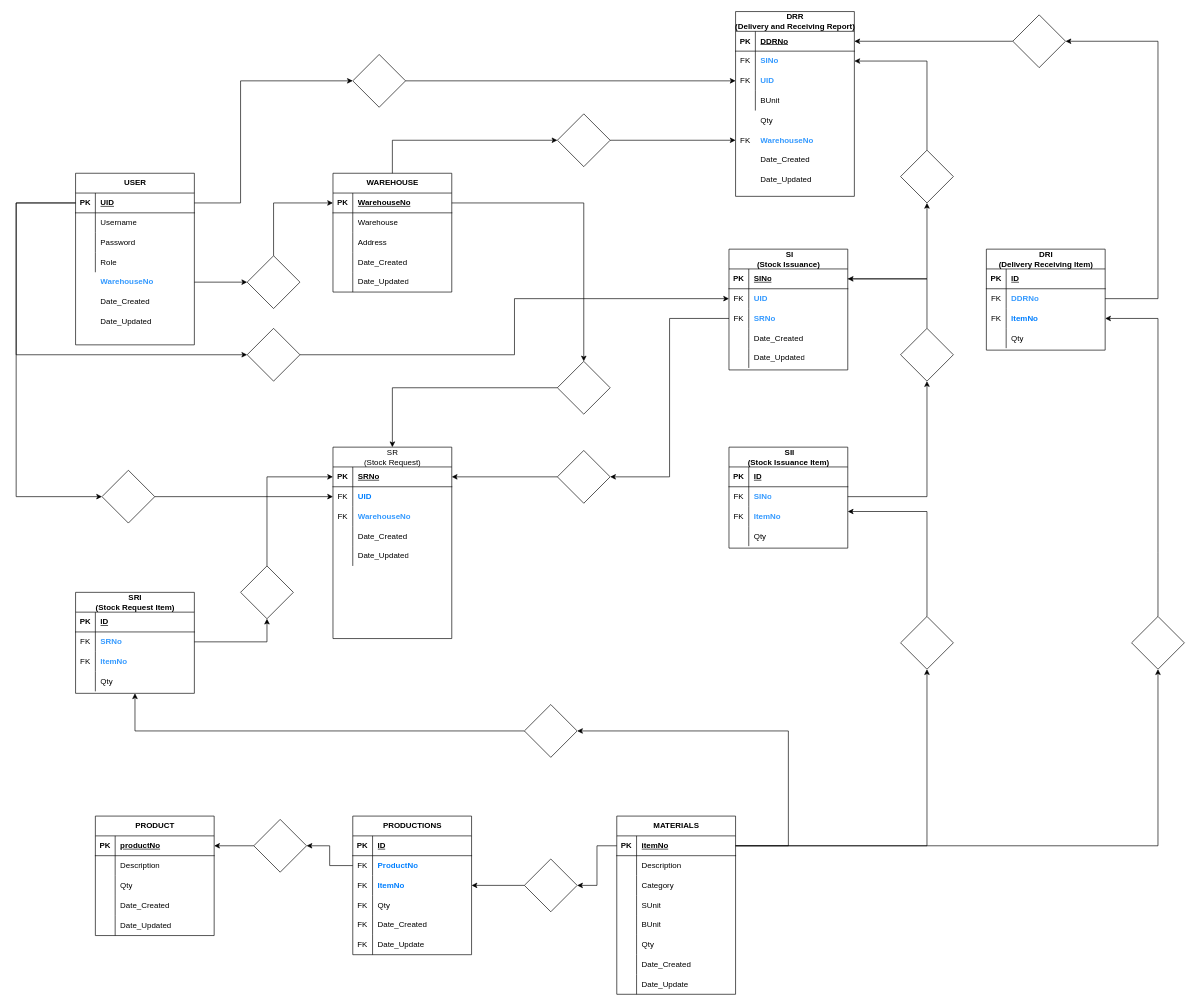
This is Diagram.drawio from ediangca/ACES-POS, a draw.io file, before an edit. Source tidied: cells renumbered, new cells numbered last; positions are measured from the earlier drawing's top-left corner, leaving out a move shared by most shapes. Both pictures are drawn from the tidied source at 66%, with x=0, y=0 at pixel (16, 11).
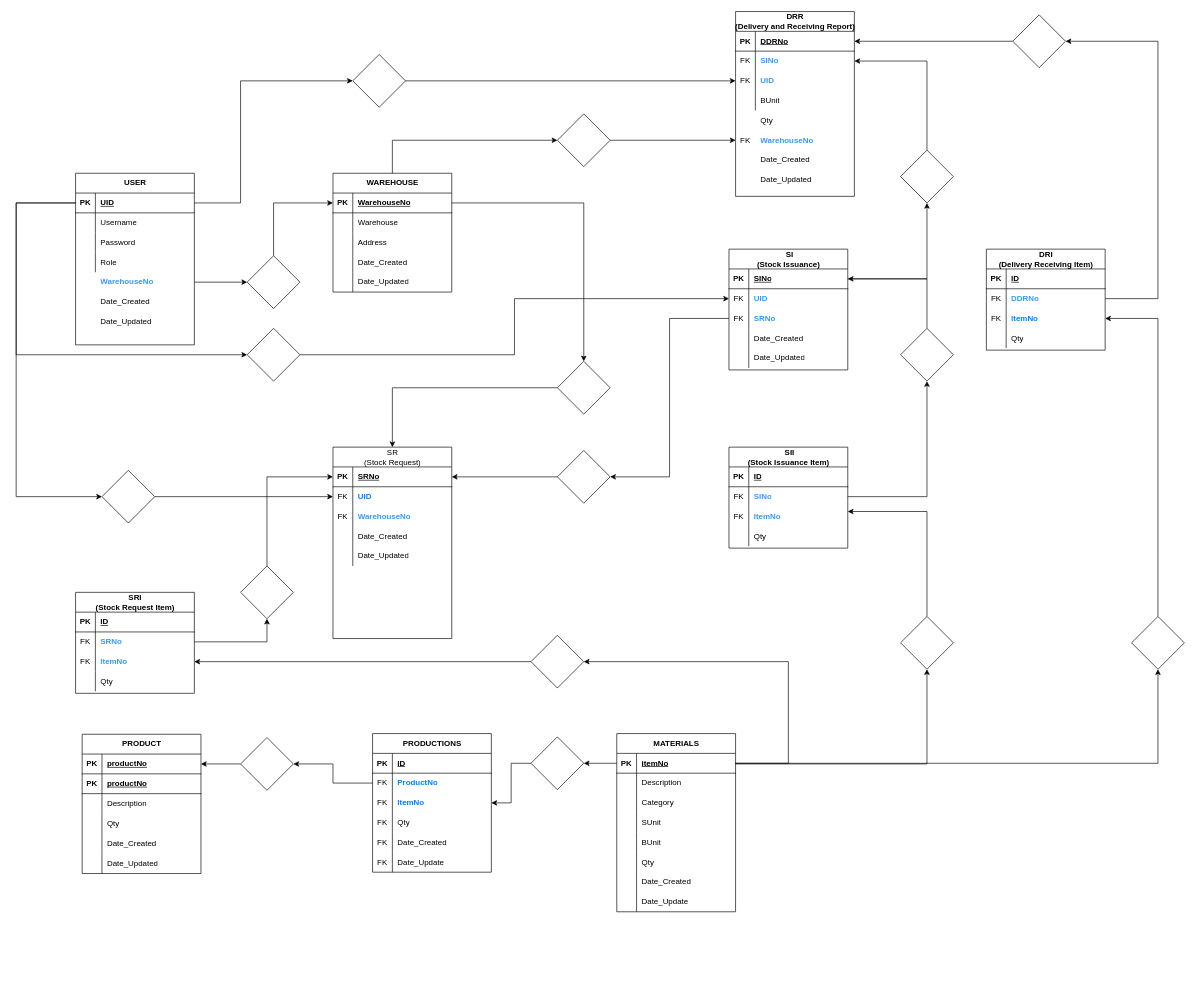
The same diagram, later.

Unchanged cells that the change refers to:
```xml
<mxCell id="50" value="itemNo" style="shape=partialRectangle;fillColor=none;top=0;left=0;bottom=0;right=0;align=left;spacingLeft=6;fontStyle=5;overflow=hidden;whiteSpace=wrap;html=1;" parent="48" vertex="1">
  <mxGeometry x="30" width="150" height="30" as="geometry" />
</mxCell>
<mxCell id="151" value="SRI&lt;div&gt;(Stock Request Item)&lt;/div&gt;" style="shape=table;startSize=30;childLayout=tableLayout;rowLines=0;fontStyle=1;align=center;html=1;" parent="1" vertex="1">
  <mxGeometry x="90" y="880" width="180" height="153" as="geometry" />
</mxCell>
<mxCell id="160" value="&lt;b&gt;&lt;font color=&quot;#3399ff&quot;&gt;ItemNo&lt;/font&gt;&lt;/b&gt;" style="shape=partialRectangle;fillColor=none;top=0;left=0;bottom=0;right=0;align=left;spacingLeft=6;overflow=hidden;whiteSpace=wrap;html=1;" parent="158" vertex="1">
  <mxGeometry x="30" width="150" height="30" as="geometry" />
</mxCell>
<mxCell id="247" style="rhombus;whiteSpace=wrap;html=1;startSize=30;fontStyle=1;" parent="1" vertex="1">
  <mxGeometry x="1340" y="916.5" width="80" height="80" as="geometry" />
</mxCell>
```

The edit, as a diff of the source:
```diff
@@
     <mxCell id="27" style="group;" parent="1" vertex="1">
-      <mxGeometry x="120" y="1219" width="180" height="260" as="geometry" />
+      <mxGeometry x="100" y="1095" width="180" height="215" as="geometry" />
     </mxCell>
     <mxCell id="28" value="PRODUCT" style="shape=table;startSize=30;childLayout=tableLayout;rowLines=0;fontStyle=1;align=center;html=1;" parent="27" vertex="1">
-      <mxGeometry width="180" height="181" as="geometry" />
+      <mxGeometry width="180" height="211" as="geometry" />
     </mxCell>
@@
+    <mxCell id="261" style="shape=tableRow;horizontal=0;startSize=0;swimlaneHead=0;swimlaneBody=0;fillColor=none;top=0;left=0;right=0;bottom=1;" parent="28" vertex="1">
+      <mxGeometry y="60" width="180" height="30" as="geometry" />
+    </mxCell>
+    <mxCell id="262" value="PK" style="shape=partialRectangle;fillColor=none;top=0;left=0;bottom=0;right=0;fontStyle=1;overflow=hidden;whiteSpace=wrap;html=1;" parent="261" vertex="1">
+      <mxGeometry width="30" height="30" as="geometry" />
+    </mxCell>
+    <mxCell id="263" value="productNo" style="shape=partialRectangle;fillColor=none;top=0;left=0;bottom=0;right=0;align=left;spacingLeft=6;fontStyle=5;overflow=hidden;whiteSpace=wrap;html=1;" parent="261" vertex="1">
+      <mxGeometry x="30" width="150" height="30" as="geometry" />
+    </mxCell>
     <mxCell id="32" style="shape=tableRow;horizontal=0;startSize=0;swimlaneHead=0;swimlaneBody=0;fillColor=none;top=0;left=0;right=0;bottom=0;" parent="28" vertex="1">
-      <mxGeometry y="60" width="180" height="30" as="geometry" />
+      <mxGeometry y="90" width="180" height="30" as="geometry" />
     </mxCell>
@@
     <mxCell id="35" style="shape=tableRow;horizontal=0;startSize=0;swimlaneHead=0;swimlaneBody=0;fillColor=none;top=0;left=0;right=0;bottom=0;" parent="28" vertex="1">
-      <mxGeometry y="90" width="180" height="31" as="geometry" />
+      <mxGeometry y="120" width="180" height="31" as="geometry" />
     </mxCell>
@@
     <mxCell id="38" style="shape=tableRow;horizontal=0;startSize=0;swimlaneHead=0;swimlaneBody=0;fillColor=none;top=0;left=0;right=0;bottom=0;" parent="28" vertex="1">
-      <mxGeometry y="121" width="180" height="30" as="geometry" />
+      <mxGeometry y="151" width="180" height="30" as="geometry" />
     </mxCell>
@@
     <mxCell id="41" style="shape=tableRow;horizontal=0;startSize=0;swimlaneHead=0;swimlaneBody=0;fillColor=none;top=0;left=0;right=0;bottom=0;" parent="28" vertex="1">
-      <mxGeometry y="151" width="180" height="30" as="geometry" />
+      <mxGeometry y="181" width="180" height="30" as="geometry" />
     </mxCell>
@@
     <mxCell id="44" style="shape=tableRow;horizontal=0;startSize=0;swimlaneHead=0;swimlaneBody=0;fillColor=none;top=0;left=0;right=0;bottom=0;" parent="27" vertex="1">
-      <mxGeometry y="150" width="180" height="30" as="geometry" />
+      <mxGeometry y="124" width="180" height="24.8" as="geometry" />
     </mxCell>
     <mxCell id="45" style="shape=partialRectangle;fillColor=none;top=0;left=0;bottom=0;right=0;overflow=hidden;whiteSpace=wrap;html=1;" parent="44" vertex="1">
-      <mxGeometry width="30" height="30" as="geometry" />
+      <mxGeometry width="30" height="24.8" as="geometry" />
     </mxCell>
     <mxCell id="46" style="group;" parent="1" vertex="1">
-      <mxGeometry x="910" y="1219" width="180" height="261" as="geometry" />
+      <mxGeometry x="910" y="1094" width="180" height="261" as="geometry" />
     </mxCell>
@@
     <mxCell id="72" style="group;" parent="1" vertex="1">
-      <mxGeometry x="510" y="1219" width="180" height="211" as="geometry" />
+      <mxGeometry x="540" y="1094" width="180" height="211" as="geometry" />
     </mxCell>
@@
     <mxCell id="99" style="rhombus;whiteSpace=wrap;html=1;startSize=30;fontStyle=1;" parent="1" vertex="1">
-      <mxGeometry x="360" y="1224" width="80" height="80" as="geometry" />
+      <mxGeometry x="340" y="1100" width="80" height="80" as="geometry" />
     </mxCell>
@@
     <mxCell id="101" style="rhombus;whiteSpace=wrap;html=1;startSize=30;fontStyle=1;" parent="1" vertex="1">
-      <mxGeometry x="770" y="1284" width="80" height="80" as="geometry" />
+      <mxGeometry x="780" y="1099" width="80" height="80" as="geometry" />
     </mxCell>
@@
-    <mxCell id="144" style="edgeStyle=orthogonalEdgeStyle;rounded=0;jettySize=auto;html=1;entryX=0.5;entryY=1;entryDx=0;entryDy=0;fontFamily=Helvetica;fontSize=12;fontColor=default;fontStyle=1;" parent="1" edge="1" source="145" target="151">
+    <mxCell id="144" style="edgeStyle=orthogonalEdgeStyle;rounded=0;jettySize=auto;html=1;fontFamily=Helvetica;fontSize=12;fontColor=default;fontStyle=1;entryX=1;entryY=0.5;entryDx=0;entryDy=0;" parent="1" edge="1" source="145" target="160">
       <mxGeometry relative="1" as="geometry" />
     </mxCell>
     <mxCell id="145" style="rhombus;whiteSpace=wrap;html=1;startSize=30;fontStyle=1;" parent="1" vertex="1">
-      <mxGeometry x="770" y="1050" width="80" height="80" as="geometry" />
+      <mxGeometry x="780" y="945" width="80" height="80" as="geometry" />
     </mxCell>
     <mxCell id="146" style="edgeStyle=orthogonalEdgeStyle;rounded=0;jettySize=auto;html=1;fontFamily=Helvetica;fontSize=12;fontColor=default;fontStyle=1;entryX=1;entryY=0.5;entryDx=0;entryDy=0;exitX=1;exitY=0.5;exitDx=0;exitDy=0;" parent="1" edge="1" source="50" target="145">
       <mxGeometry relative="1" as="geometry">
         <Array as="points">
-          <mxPoint x="1170" y="1264" />
-          <mxPoint x="1170" y="1090" />
+          <mxPoint x="1170" y="1139" />
+          <mxPoint x="1170" y="985" />
         </Array>
       </mxGeometry>
     </mxCell>
@@
     <mxCell id="248" style="edgeStyle=orthogonalEdgeStyle;rounded=0;jettySize=auto;html=1;fontFamily=Helvetica;fontSize=12;fontColor=default;fontStyle=1;exitX=1;exitY=0.5;exitDx=0;exitDy=0;entryX=0.5;entryY=1;entryDx=0;entryDy=0;" parent="1" edge="1" source="50" target="247">
       <mxGeometry relative="1" as="geometry">
         <Array as="points">
-          <mxPoint x="1380" y="1264" />
+          <mxPoint x="1380" y="1140" />
         </Array>
       </mxGeometry>
     </mxCell>
```
